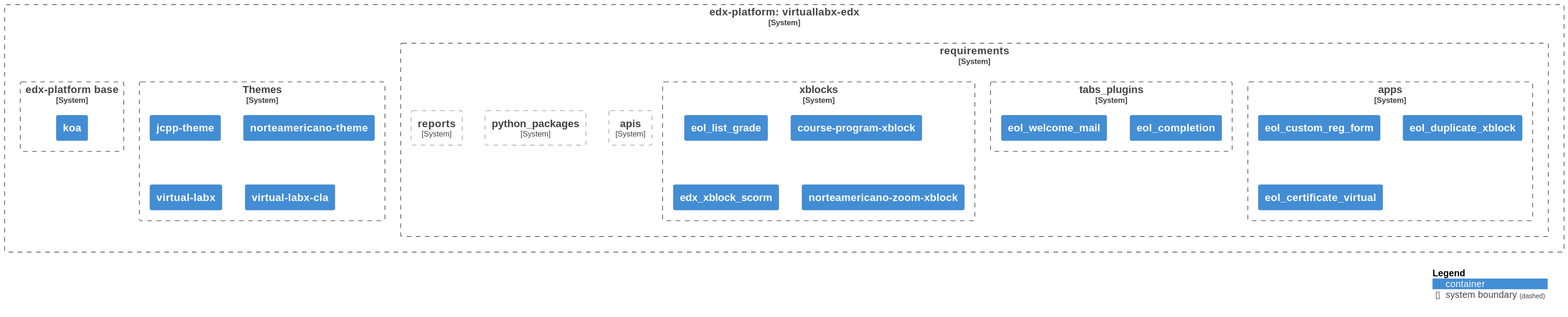
Before: diagrams/diagram.svg, a diagram exported from PlantUML (eol-virtuallabx/virtuallabx-edx).
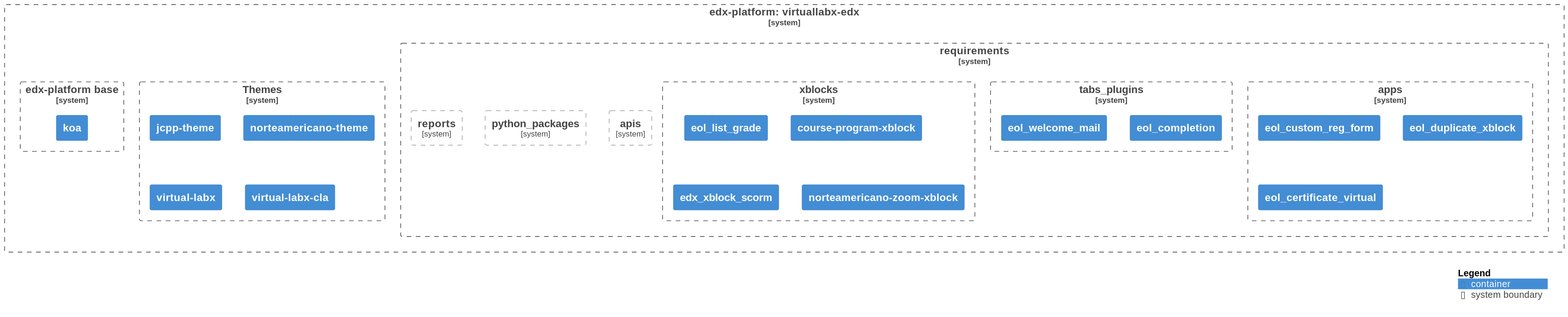
After the change.

Commit message:
chore: Auto-generate UML diagram

What changed in the source:
```diff
@@ -39,7 +39,7 @@
 
             System_Boundary(xblocks, "xblocks", $link="https://github.com/eol-virtuallabx/virtuallabx-edx/blob/vlabx-release/koa/requirements/xblocks.txt") {
 
-                Container(xblocks1, "eol_list_grade", $link="https://github.com/eol-virtuallabx/eol_list_grade")
+                Container(xblocks1, "eol_list_grade", $link="https://github.com/eol-uchile/eol_list_grade")
 
                 Container(xblocks2, "course-program-xblock", $link="https://github.com/eol-virtuallabx/course-program-xblock")
 
```
